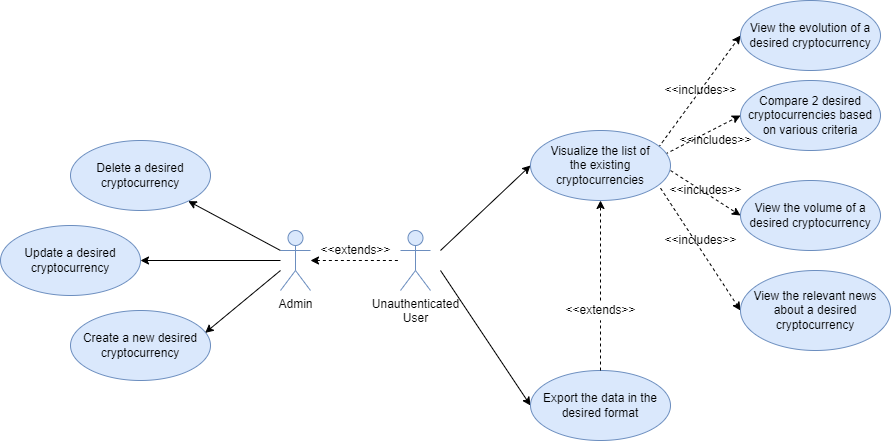
Before: diagrams/use-case/UsersUseCaseDiagram.png, a diagram exported from draw.io (DianaCrainic/WADe_Project). Source tidied: cells renumbered, new cells last; positions are measured from the earlier drawing's top-left corner, leaving out a move shared by most shapes.
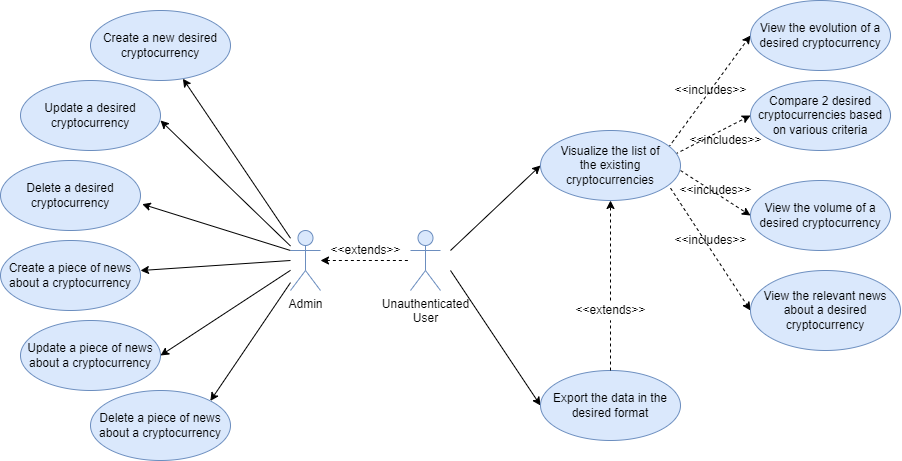
The same diagram one commit later.

Commit message:
add cases for news

Change to the diagram source:
```diff
@@ -68,36 +68,56 @@
     <mxCell id="21" style="edgeStyle=none;rounded=0;jettySize=auto;html=1;entryX=0.5;entryY=1;entryDx=0;entryDy=0;dashed=1;endArrow=none;" parent="1" edge="1" source="11" target="20">
       <mxGeometry relative="1" as="geometry" />
     </mxCell>
-    <mxCell id="22" value="Create a new desired cryptocurrency" style="ellipse;whiteSpace=wrap;html=1;fillColor=#dae8fc;strokeColor=#6c8ebf;" parent="1" vertex="1">
-      <mxGeometry x="70" y="310" width="140" height="70" as="geometry" />
+    <mxCell id="22" value="Delete a desired cryptocurrency" style="ellipse;whiteSpace=wrap;html=1;fillColor=#dae8fc;strokeColor=#6c8ebf;" parent="1" vertex="1">
+      <mxGeometry x="-10" y="160" width="140" height="70" as="geometry" />
     </mxCell>
     <mxCell id="23" value="Update a desired cryptocurrency" style="ellipse;whiteSpace=wrap;html=1;fillColor=#dae8fc;strokeColor=#6c8ebf;" parent="1" vertex="1">
-      <mxGeometry y="225" width="140" height="70" as="geometry" />
+      <mxGeometry x="10" y="80" width="140" height="70" as="geometry" />
     </mxCell>
-    <mxCell id="24" value="Delete a desired cryptocurrency" style="ellipse;whiteSpace=wrap;html=1;fillColor=#dae8fc;strokeColor=#6c8ebf;" parent="1" vertex="1">
-      <mxGeometry x="70" y="140" width="140" height="70" as="geometry" />
+    <mxCell id="24" value="Create a new desired cryptocurrency" style="ellipse;whiteSpace=wrap;html=1;fillColor=#dae8fc;strokeColor=#6c8ebf;" parent="1" vertex="1">
+      <mxGeometry x="80" y="10" width="140" height="70" as="geometry" />
     </mxCell>
     <mxCell id="25" style="edgeStyle=none;rounded=0;jettySize=auto;html=1;dashed=1;startArrow=classic;startFill=1;endArrow=none;endFill=0;" parent="1" edge="1" source="29" target="4">
       <mxGeometry relative="1" as="geometry" />
     </mxCell>
-    <mxCell id="26" style="edgeStyle=none;rounded=0;jettySize=auto;html=1;" parent="1" edge="1" target="24">
-      <mxGeometry relative="1" as="geometry">
-        <mxPoint x="280" y="250" as="sourcePoint" />
-      </mxGeometry>
+    <mxCell id="26" style="edgeStyle=none;rounded=0;jettySize=auto;html=1;" parent="1" edge="1" source="29" target="24">
+      <mxGeometry relative="1" as="geometry" />
     </mxCell>
-    <mxCell id="27" style="edgeStyle=none;rounded=0;jettySize=auto;html=1;entryX=1;entryY=0.5;entryDx=0;entryDy=0;" parent="1" edge="1" source="29" target="23">
-      <mxGeometry relative="1" as="geometry" />
+    <mxCell id="27" style="edgeStyle=none;rounded=0;jettySize=auto;html=1;" parent="1" edge="1" source="29">
+      <mxGeometry relative="1" as="geometry">
+        <mxPoint x="150" y="120" as="targetPoint" />
+      </mxGeometry>
     </mxCell>
-    <mxCell id="28" style="edgeStyle=none;rounded=0;jettySize=auto;html=1;entryX=0.962;entryY=0.319;entryDx=0;entryDy=0;entryPerimeter=0;" parent="1" edge="1" target="22">
+    <mxCell id="28" style="edgeStyle=none;rounded=0;jettySize=auto;html=1;entryX=1.012;entryY=0.624;entryDx=0;entryDy=0;entryPerimeter=0;" parent="1" edge="1" target="22">
       <mxGeometry relative="1" as="geometry">
-        <mxPoint x="280" y="270" as="sourcePoint" />
+        <mxPoint x="280" y="250" as="sourcePoint" />
       </mxGeometry>
     </mxCell>
+    <mxCell id="31" style="rounded=0;jettySize=auto;html=1;entryX=1;entryY=0.429;entryDx=0;entryDy=0;entryPerimeter=0;" parent="1" edge="1" target="36">
+      <mxGeometry relative="1" as="geometry">
+        <mxPoint x="280" y="260" as="sourcePoint" />
+      </mxGeometry>
+    </mxCell>
+    <mxCell id="32" style="edgeStyle=none;rounded=0;jettySize=auto;html=1;entryX=1;entryY=0.5;entryDx=0;entryDy=0;" parent="1" edge="1" source="29" target="35">
+      <mxGeometry relative="1" as="geometry" />
+    </mxCell>
+    <mxCell id="33" style="edgeStyle=none;rounded=0;jettySize=auto;html=1;entryX=1;entryY=0;entryDx=0;entryDy=0;" parent="1" edge="1" source="29" target="34">
+      <mxGeometry relative="1" as="geometry" />
+    </mxCell>
     <mxCell id="29" value="Admin" style="shape=umlActor;verticalLabelPosition=bottom;verticalAlign=top;html=1;fillColor=#dae8fc;strokeColor=#6c8ebf;" parent="1" vertex="1">
       <mxGeometry x="280" y="230" width="30" height="60" as="geometry" />
     </mxCell>
     <mxCell id="30" value="&amp;lt;&amp;lt;extends&amp;gt;&amp;gt;" style="text;html=1;align=center;verticalAlign=middle;strokeColor=none;fillColor=none;" parent="1" vertex="1">
       <mxGeometry x="310" y="240" width="90" height="20" as="geometry" />
     </mxCell>
+    <mxCell id="34" value="Delete a piece of news about a cryptocurrency" style="ellipse;whiteSpace=wrap;html=1;fillColor=#dae8fc;strokeColor=#6c8ebf;" parent="1" vertex="1">
+      <mxGeometry x="80" y="390" width="140" height="70" as="geometry" />
+    </mxCell>
+    <mxCell id="35" value="Update a piece of news about a cryptocurrency" style="ellipse;whiteSpace=wrap;html=1;fillColor=#dae8fc;strokeColor=#6c8ebf;" parent="1" vertex="1">
+      <mxGeometry x="10" y="320" width="140" height="70" as="geometry" />
+    </mxCell>
+    <mxCell id="36" value="Create&amp;nbsp;a piece of news about a cryptocurrency" style="ellipse;whiteSpace=wrap;html=1;fillColor=#dae8fc;strokeColor=#6c8ebf;" parent="1" vertex="1">
+      <mxGeometry x="-10" y="240" width="140" height="70" as="geometry" />
+    </mxCell>
   </root>
 </mxGraphModel>
```
